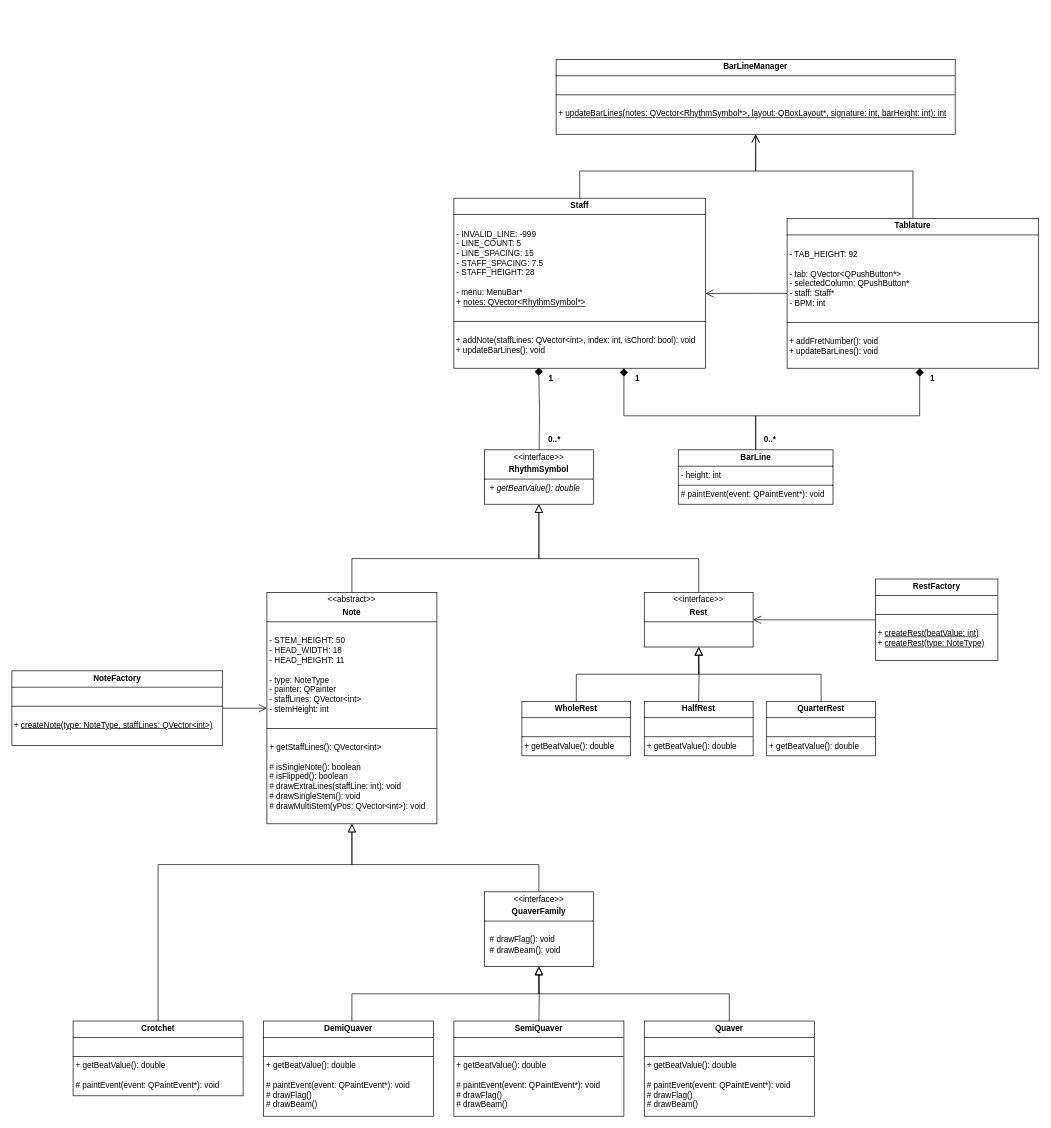
Before: UMLDiagram.drawio in EthanL285/TabPro, a draw.io diagram. Source tidied: cells renumbered, new cells numbered last; positions are measured from the earlier drawing's top-left corner, leaving out a move shared by most shapes. Both pictures are drawn from the tidied source at 68%, with x=0, y=0 at pixel (12, 59).
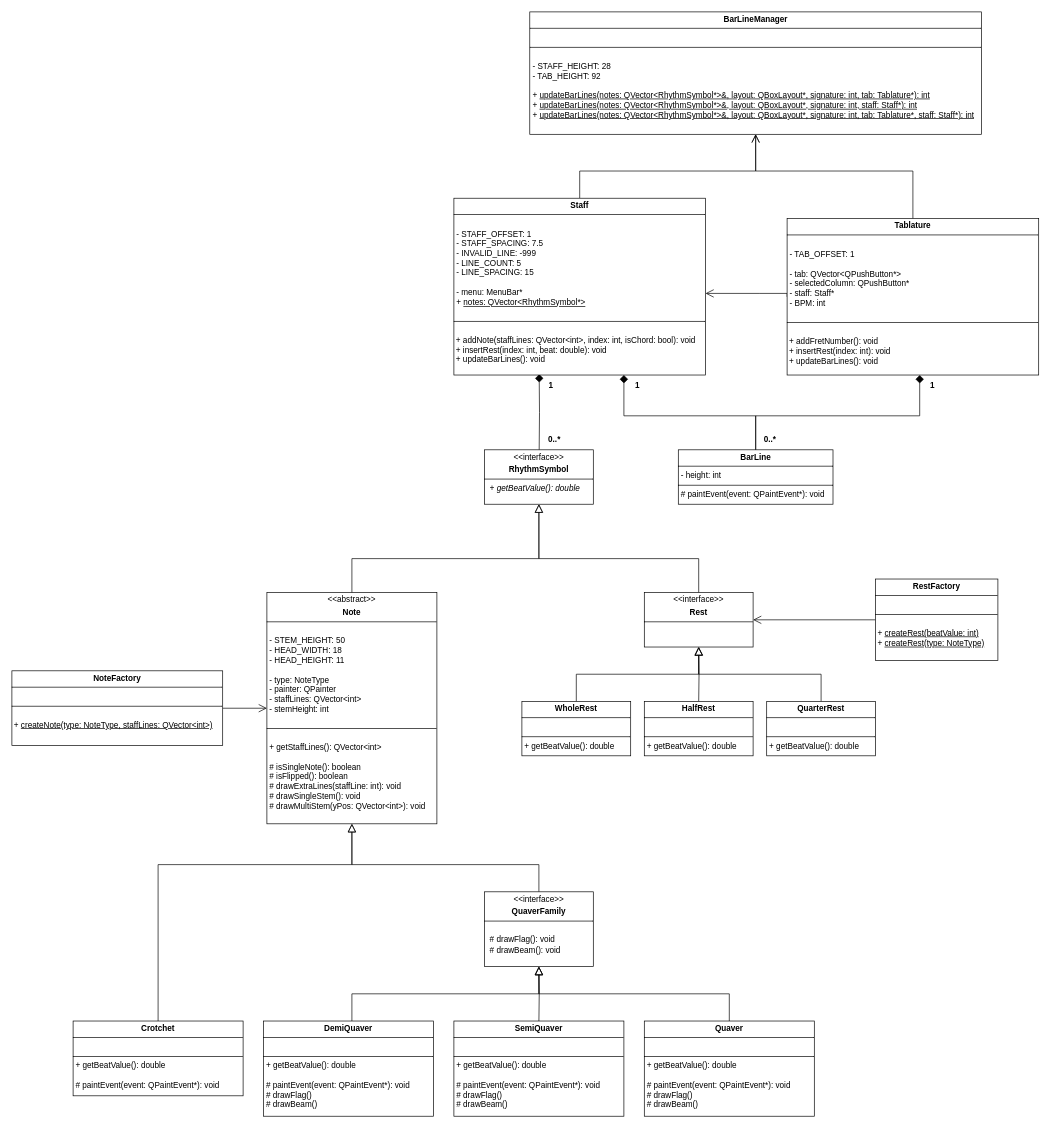
The same page after the edit.

Commit message:
Update UMLDiagram - Updated BarLineManager

Change to the diagram source:
```diff
@@
-    <mxCell id="10" style="edgeStyle=orthogonalEdgeStyle;rounded=0;orthogonalLoop=1;jettySize=auto;html=1;entryX=0.336;entryY=0.996;entryDx=0;entryDy=0;endArrow=diamond;endFill=1;endSize=10;startSize=8;entryPerimeter=0;" parent="1" edge="1">
+    <mxCell id="10" style="edgeStyle=orthogonalEdgeStyle;rounded=0;jettySize=auto;html=1;endArrow=diamond;endFill=1;endSize=10;startSize=8;entryX=0.339;entryY=0.995;entryDx=0;entryDy=0;entryPerimeter=0;" parent="1" edge="1" target="18">
       <mxGeometry relative="1" as="geometry">
         <mxPoint x="775.4" y="574" as="sourcePoint" />
-        <mxPoint x="774.7" y="453" as="targetPoint" />
       </mxGeometry>
     </mxCell>
@@
-    <mxCell id="18" value="&lt;p style=&quot;margin:0px;margin-top:4px;text-align:center;&quot;&gt;&lt;b style=&quot;background-color: initial;&quot;&gt;Staff&lt;/b&gt;&lt;/p&gt;&lt;hr size=&quot;1&quot; style=&quot;border-style:solid;&quot;&gt;&lt;p style=&quot;margin:0px;margin-left:4px;&quot;&gt;&lt;br&gt;&lt;/p&gt;&lt;p style=&quot;margin:0px;margin-left:4px;&quot;&gt;- INVALID_LINE: -999&lt;/p&gt;&lt;p style=&quot;margin:0px;margin-left:4px;&quot;&gt;&lt;span style=&quot;background-color: initial;&quot;&gt;- LINE_COUNT: 5&lt;/span&gt;&lt;/p&gt;&lt;p style=&quot;margin:0px;margin-left:4px;&quot;&gt;- LINE_SPACING: 15&lt;/p&gt;&lt;p style=&quot;margin: 0px 0px 0px 4px;&quot;&gt;- STAFF_SPACING: 7.5&lt;/p&gt;&lt;p style=&quot;margin: 0px 0px 0px 4px;&quot;&gt;- STAFF_HEIGHT: 28&lt;/p&gt;&lt;div&gt;&lt;br&gt;&lt;/div&gt;&lt;p style=&quot;margin:0px;margin-left:4px;&quot;&gt;&lt;span style=&quot;background-color: initial;&quot;&gt;- menu: MenuBar*&lt;/span&gt;&lt;/p&gt;&lt;p style=&quot;margin:0px;margin-left:4px;&quot;&gt;&lt;span style=&quot;background-color: initial;&quot;&gt;+ &lt;u&gt;notes: QVector&amp;lt;RhythmSymbol*&amp;gt;&lt;/u&gt;&lt;/span&gt;&lt;/p&gt;&lt;p style=&quot;margin:0px;margin-left:4px;&quot;&gt;&lt;br&gt;&lt;/p&gt;&lt;hr size=&quot;1&quot; style=&quot;border-style:solid;&quot;&gt;&lt;br&gt;&lt;div&gt;&amp;nbsp;+ addNote(staffLines: QVector&amp;lt;int&amp;gt;, index: int, isChord: bool): void&lt;/div&gt;&lt;div&gt;&amp;nbsp;+ updateBarLines(): void&lt;/div&gt;&lt;div&gt;&lt;br&gt;&lt;/div&gt;&lt;div&gt;&lt;br&gt;&lt;/div&gt;&lt;div&gt;&lt;br&gt;&lt;br&gt;&lt;/div&gt;&lt;div&gt;&lt;br&gt;&lt;/div&gt;&lt;div&gt;&lt;br&gt;&lt;/div&gt;&lt;div&gt;&lt;br&gt;&lt;/div&gt;&lt;div&gt;&lt;br&gt;&lt;/div&gt;&lt;div&gt;&lt;br&gt;&lt;br&gt;&lt;/div&gt;" style="verticalAlign=top;align=left;overflow=fill;html=1;whiteSpace=wrap;" parent="1" vertex="1">
-      <mxGeometry x="650" y="204" width="370" height="250" as="geometry" />
+    <mxCell id="18" value="&lt;p style=&quot;margin:0px;margin-top:4px;text-align:center;&quot;&gt;&lt;b style=&quot;background-color: initial;&quot;&gt;Staff&lt;/b&gt;&lt;/p&gt;&lt;hr size=&quot;1&quot; style=&quot;border-style:solid;&quot;&gt;&lt;p style=&quot;margin:0px;margin-left:4px;&quot;&gt;&lt;br&gt;&lt;/p&gt;&lt;p style=&quot;margin: 0px 0px 0px 4px;&quot;&gt;- STAFF_OFFSET: 1&lt;/p&gt;&lt;p style=&quot;margin: 0px 0px 0px 4px;&quot;&gt;- STAFF_SPACING: 7.5&lt;/p&gt;&lt;p style=&quot;margin: 0px 0px 0px 4px;&quot;&gt;&lt;span style=&quot;background-color: initial;&quot;&gt;- INVALID_LINE: -999&lt;/span&gt;&lt;/p&gt;&lt;p style=&quot;margin:0px;margin-left:4px;&quot;&gt;&lt;span style=&quot;background-color: initial;&quot;&gt;- LINE_COUNT: 5&lt;/span&gt;&lt;/p&gt;&lt;p style=&quot;margin:0px;margin-left:4px;&quot;&gt;- LINE_SPACING: 15&lt;/p&gt;&lt;p style=&quot;margin: 0px 0px 0px 4px;&quot;&gt;&lt;br&gt;&lt;/p&gt;&lt;p style=&quot;margin:0px;margin-left:4px;&quot;&gt;&lt;span style=&quot;background-color: initial;&quot;&gt;- menu: MenuBar*&lt;/span&gt;&lt;/p&gt;&lt;p style=&quot;margin:0px;margin-left:4px;&quot;&gt;&lt;span style=&quot;background-color: initial;&quot;&gt;+ &lt;u&gt;notes: QVector&amp;lt;RhythmSymbol*&amp;gt;&lt;/u&gt;&lt;/span&gt;&lt;/p&gt;&lt;p style=&quot;margin:0px;margin-left:4px;&quot;&gt;&lt;br&gt;&lt;/p&gt;&lt;hr size=&quot;1&quot; style=&quot;border-style:solid;&quot;&gt;&lt;br&gt;&lt;div&gt;&amp;nbsp;+ addNote(staffLines: QVector&amp;lt;int&amp;gt;, index: int, isChord: bool): void&lt;/div&gt;&lt;div&gt;&lt;span style=&quot;background-color: initial;&quot;&gt;&amp;nbsp;+ insertRest(index: int, beat: double): void&lt;/span&gt;&lt;/div&gt;&lt;div&gt;&lt;div&gt;&amp;nbsp;+ updateBarLines(): void&lt;/div&gt;&lt;/div&gt;&lt;div&gt;&lt;br&gt;&lt;/div&gt;&lt;div&gt;&lt;br&gt;&lt;/div&gt;&lt;div&gt;&lt;br&gt;&lt;/div&gt;&lt;div&gt;&lt;br&gt;&lt;/div&gt;&lt;div&gt;&lt;br&gt;&lt;br&gt;&lt;/div&gt;" style="verticalAlign=top;align=left;overflow=fill;html=1;whiteSpace=wrap;" parent="1" vertex="1">
+      <mxGeometry x="650" y="204" width="370" height="260" as="geometry" />
     </mxCell>
     <mxCell id="19" value="&lt;b&gt;1&lt;/b&gt;" style="text;html=1;align=center;verticalAlign=middle;whiteSpace=wrap;rounded=0;" parent="1" vertex="1">
-      <mxGeometry x="783.1" y="454" width="20" height="30" as="geometry" />
+      <mxGeometry x="783.1" y="464" width="20" height="30" as="geometry" />
     </mxCell>
@@
-    <mxCell id="33" value="&lt;p style=&quot;margin:0px;margin-top:4px;text-align:center;&quot;&gt;&lt;b&gt;Tablature&lt;/b&gt;&lt;/p&gt;&lt;hr size=&quot;1&quot; style=&quot;border-style:solid;&quot;&gt;&lt;p style=&quot;margin:0px;margin-left:4px;&quot;&gt;&lt;br&gt;&lt;/p&gt;&lt;p style=&quot;margin:0px;margin-left:4px;&quot;&gt;- TAB_HEIGHT: 92&lt;/p&gt;&lt;p style=&quot;margin:0px;margin-left:4px;&quot;&gt;&lt;br&gt;&lt;/p&gt;&lt;p style=&quot;margin:0px;margin-left:4px;&quot;&gt;- tab: QVector&amp;lt;QPushButton*&amp;gt;&lt;/p&gt;&lt;p style=&quot;margin:0px;margin-left:4px;&quot;&gt;- selectedColumn: QPushButton*&lt;/p&gt;&lt;p style=&quot;margin:0px;margin-left:4px;&quot;&gt;- staff: Staff*&lt;/p&gt;&lt;p style=&quot;margin:0px;margin-left:4px;&quot;&gt;- BPM: int&lt;/p&gt;&lt;p style=&quot;margin:0px;margin-left:4px;&quot;&gt;&lt;br&gt;&lt;/p&gt;&lt;hr size=&quot;1&quot; style=&quot;border-style:solid;&quot;&gt;&lt;br&gt;&lt;div&gt;&amp;nbsp;+ addFretNumber(): void&lt;/div&gt;&lt;div&gt;&amp;nbsp;+ updateBarLines(): void&lt;/div&gt;&lt;div&gt;&lt;br&gt;&lt;/div&gt;" style="verticalAlign=top;align=left;overflow=fill;html=1;whiteSpace=wrap;" parent="1" vertex="1">
-      <mxGeometry x="1140" y="234" width="370" height="220" as="geometry" />
+    <mxCell id="33" value="&lt;p style=&quot;margin:0px;margin-top:4px;text-align:center;&quot;&gt;&lt;b&gt;Tablature&lt;/b&gt;&lt;/p&gt;&lt;hr size=&quot;1&quot; style=&quot;border-style:solid;&quot;&gt;&lt;p style=&quot;margin:0px;margin-left:4px;&quot;&gt;&lt;br&gt;&lt;/p&gt;&lt;p style=&quot;margin:0px;margin-left:4px;&quot;&gt;- TAB_OFFSET: 1&lt;/p&gt;&lt;p style=&quot;margin:0px;margin-left:4px;&quot;&gt;&lt;br&gt;&lt;/p&gt;&lt;p style=&quot;margin:0px;margin-left:4px;&quot;&gt;- tab: QVector&amp;lt;QPushButton*&amp;gt;&lt;/p&gt;&lt;p style=&quot;margin:0px;margin-left:4px;&quot;&gt;- selectedColumn: QPushButton*&lt;/p&gt;&lt;p style=&quot;margin:0px;margin-left:4px;&quot;&gt;- staff: Staff*&lt;/p&gt;&lt;p style=&quot;margin:0px;margin-left:4px;&quot;&gt;- BPM: int&lt;/p&gt;&lt;p style=&quot;margin:0px;margin-left:4px;&quot;&gt;&lt;br&gt;&lt;/p&gt;&lt;hr size=&quot;1&quot; style=&quot;border-style:solid;&quot;&gt;&lt;br&gt;&lt;div&gt;&amp;nbsp;+ addFretNumber(): void&lt;/div&gt;&lt;div&gt;&amp;nbsp;+ insertRest(index: int): void&lt;/div&gt;&lt;div&gt;&amp;nbsp;+ updateBarLines(): void&lt;/div&gt;&lt;div&gt;&lt;br&gt;&lt;/div&gt;" style="verticalAlign=top;align=left;overflow=fill;html=1;whiteSpace=wrap;" parent="1" vertex="1">
+      <mxGeometry x="1140" y="234" width="370" height="230" as="geometry" />
     </mxCell>
@@
     <mxCell id="35" value="&lt;b&gt;1&lt;/b&gt;" style="text;html=1;align=center;verticalAlign=middle;whiteSpace=wrap;rounded=0;" parent="1" vertex="1">
-      <mxGeometry x="1344.4" y="454" width="20" height="30" as="geometry" />
+      <mxGeometry x="1344.4" y="464" width="20" height="30" as="geometry" />
     </mxCell>
     <mxCell id="36" value="&lt;b&gt;1&lt;/b&gt;" style="text;html=1;align=center;verticalAlign=middle;whiteSpace=wrap;rounded=0;" parent="1" vertex="1">
-      <mxGeometry x="910" y="454" width="20" height="30" as="geometry" />
+      <mxGeometry x="910" y="464" width="20" height="30" as="geometry" />
     </mxCell>
-    <mxCell id="37" value="&lt;p style=&quot;margin:0px;margin-top:4px;text-align:center;&quot;&gt;&lt;b&gt;BarLineManager&lt;/b&gt;&lt;/p&gt;&lt;hr size=&quot;1&quot; style=&quot;border-style:solid;&quot;&gt;&lt;p style=&quot;margin:0px;margin-left:4px;&quot;&gt;&lt;br&gt;&lt;/p&gt;&lt;hr size=&quot;1&quot; style=&quot;border-style:solid;&quot;&gt;&lt;p style=&quot;margin: 0px 0px 0px 4px;&quot;&gt;&lt;br&gt;&lt;/p&gt;&lt;p style=&quot;margin: 0px 0px 0px 4px;&quot;&gt;+ &lt;u&gt;updateBarLines(notes: QVector&amp;lt;RhythmSymbol*&amp;gt;, layout: QBoxLayout*, signature: int, barHeight: int): int&lt;/u&gt;&lt;/p&gt;&lt;p style=&quot;margin: 0px 0px 0px 4px;&quot;&gt;&lt;br&gt;&lt;/p&gt;" style="verticalAlign=top;align=left;overflow=fill;html=1;whiteSpace=wrap;" parent="1" vertex="1">
-      <mxGeometry x="800.3" width="586.9" height="110" as="geometry" />
+    <mxCell id="37" value="&lt;p style=&quot;margin:0px;margin-top:4px;text-align:center;&quot;&gt;&lt;b&gt;BarLineManager&lt;/b&gt;&lt;/p&gt;&lt;hr size=&quot;1&quot; style=&quot;border-style:solid;&quot;&gt;&lt;p style=&quot;margin:0px;margin-left:4px;&quot;&gt;&lt;br&gt;&lt;/p&gt;&lt;hr size=&quot;1&quot; style=&quot;border-style:solid;&quot;&gt;&lt;p style=&quot;margin: 0px 0px 0px 4px;&quot;&gt;&lt;br&gt;&lt;/p&gt;&lt;p style=&quot;margin: 0px 0px 0px 4px;&quot;&gt;- STAFF_HEIGHT: 28&lt;/p&gt;&lt;p style=&quot;margin: 0px 0px 0px 4px;&quot;&gt;- TAB_HEIGHT: 92&lt;/p&gt;&lt;p style=&quot;margin: 0px 0px 0px 4px;&quot;&gt;&lt;br&gt;&lt;/p&gt;&lt;p style=&quot;margin: 0px 0px 0px 4px;&quot;&gt;+&amp;nbsp;&lt;u&gt;updateBarLines(notes: QVector&amp;lt;RhythmSymbol*&amp;gt;&amp;amp;, layout: QBoxLayout*, signature: int, tab: Tablature*): int&lt;/u&gt;&lt;/p&gt;&lt;p style=&quot;margin: 0px 0px 0px 4px;&quot;&gt;+&amp;nbsp;&lt;u&gt;updateBarLines(notes: QVector&amp;lt;RhythmSymbol*&amp;gt;&amp;amp;, layout: QBoxLayout*, signature: int, staff: Staff*): int&lt;/u&gt;&lt;/p&gt;&lt;p style=&quot;margin: 0px 0px 0px 4px;&quot;&gt;+ &lt;u&gt;updateBarLines(notes: QVector&amp;lt;RhythmSymbol*&amp;gt;&amp;amp;, layout: QBoxLayout*, signature: int, tab: Tablature*, staff: Staff*): int&lt;/u&gt;&lt;/p&gt;&lt;p style=&quot;margin: 0px 0px 0px 4px;&quot;&gt;&lt;br&gt;&lt;/p&gt;" style="verticalAlign=top;align=left;overflow=fill;html=1;whiteSpace=wrap;" parent="1" vertex="1">
+      <mxGeometry x="761.6" y="-70" width="664.3" height="180" as="geometry" />
     </mxCell>
```
